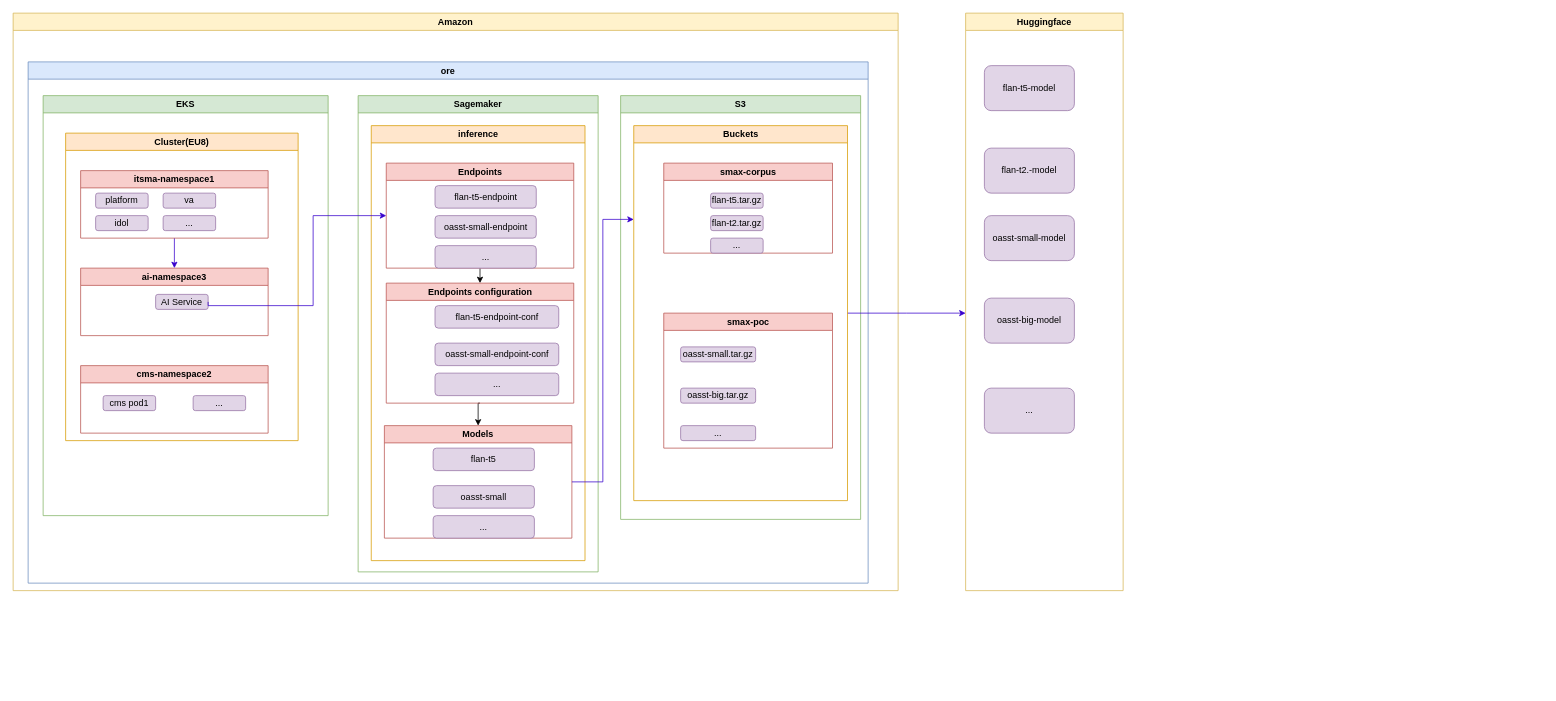
Earlier version of the draw.io diagram LLM/topology.drawio (Ice-YcY/Diagram). Source tidied: cells renumbered, new cells numbered last; positions are measured from the earlier drawing's top-left corner, leaving out a move shared by most shapes. Both pictures are drawn from the tidied source at 75%, with x=0, y=0 at pixel (13, 13).
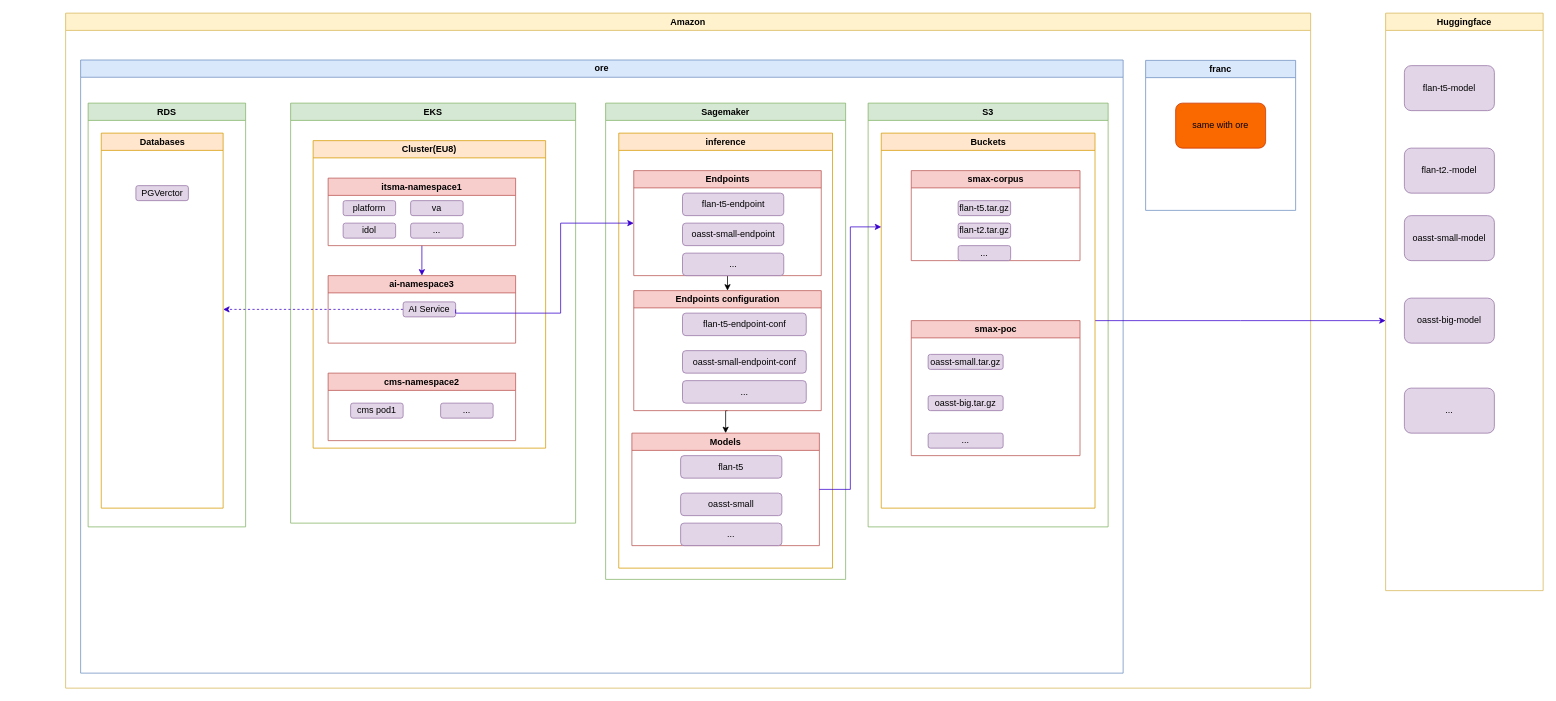
The same page after the edit.

The change refers to these unchanged cells:
```xml
<mxCell id="7" value="Endpoints" style="swimlane;whiteSpace=wrap;html=1;fillColor=#f8cecc;strokeColor=#b85450;" parent="5" vertex="1">
  <mxGeometry x="20" y="50" width="250" height="140" as="geometry" />
</mxCell>
<mxCell id="31" value="ai-namespace3" style="swimlane;whiteSpace=wrap;html=1;startSize=23;fillColor=#f8cecc;strokeColor=#b85450;" parent="21" vertex="1">
  <mxGeometry x="20" y="180" width="250" height="90" as="geometry" />
</mxCell>
<mxCell id="32" value="AI Service" style="rounded=1;whiteSpace=wrap;html=1;fillColor=#e1d5e7;strokeColor=#9673a6;" parent="31" vertex="1">
  <mxGeometry x="100" y="35" width="70" height="20" as="geometry" />
</mxCell>
<mxCell id="35" value="Buckets" style="swimlane;whiteSpace=wrap;html=1;startSize=23;fillColor=#ffe6cc;strokeColor=#d79b00;" parent="33" vertex="1">
  <mxGeometry x="17.5" y="40" width="285" height="500" as="geometry" />
</mxCell>
```

The edit, as a diff of the source:
```diff
@@
     <mxCell id="2" value="Amazon" style="swimlane;whiteSpace=wrap;html=1;fillColor=#fff2cc;strokeColor=#d6b656;" parent="1" vertex="1">
-      <mxGeometry width="1180" height="770" as="geometry" />
+      <mxGeometry x="70" width="1660" height="900" as="geometry" />
     </mxCell>
     <mxCell id="3" value="ore" style="swimlane;whiteSpace=wrap;html=1;fillColor=#dae8fc;strokeColor=#6c8ebf;" parent="2" vertex="1">
-      <mxGeometry x="20" y="65" width="1120" height="695" as="geometry" />
+      <mxGeometry x="20" y="62.5" width="1390" height="817.5" as="geometry" />
     </mxCell>
     <mxCell id="4" value="Sagemaker" style="swimlane;whiteSpace=wrap;html=1;fillColor=#d5e8d4;strokeColor=#82b366;" parent="3" vertex="1">
-      <mxGeometry x="440" y="45" width="320" height="635" as="geometry" />
+      <mxGeometry x="700" y="57.5" width="320" height="635" as="geometry" />
     </mxCell>
@@
     <mxCell id="20" value="EKS" style="swimlane;whiteSpace=wrap;html=1;fillColor=#d5e8d4;strokeColor=#82b366;" parent="3" vertex="1">
-      <mxGeometry x="20" y="45" width="380" height="560" as="geometry" />
+      <mxGeometry x="280" y="57.5" width="380" height="560" as="geometry" />
     </mxCell>
@@
+    <mxCell id="52" style="edgeStyle=orthogonalEdgeStyle;rounded=0;jettySize=auto;html=1;exitX=0;exitY=0.5;exitDx=0;exitDy=0;fillColor=#6a00ff;strokeColor=#3700CC;dashed=1;" parent="31" edge="1" source="32">
+      <mxGeometry relative="1" as="geometry">
+        <mxPoint x="-140" y="45" as="targetPoint" />
+      </mxGeometry>
+    </mxCell>
@@
     <mxCell id="33" value="S3" style="swimlane;whiteSpace=wrap;html=1;fillColor=#d5e8d4;strokeColor=#82b366;" parent="3" vertex="1">
-      <mxGeometry x="790" y="45" width="320" height="565" as="geometry" />
+      <mxGeometry x="1050" y="57.5" width="320" height="565" as="geometry" />
     </mxCell>
     <mxCell id="34" style="edgeStyle=orthogonalEdgeStyle;rounded=0;jettySize=auto;html=1;exitX=1;exitY=0.5;exitDx=0;exitDy=0;fillColor=#6a00ff;strokeColor=#3700CC;" parent="33" edge="1" source="35">
       <mxGeometry relative="1" as="geometry">
-        <mxPoint x="460" y="290" as="targetPoint" />
+        <mxPoint x="690" y="290" as="targetPoint" />
       </mxGeometry>
     </mxCell>
@@
     <mxCell id="44" style="edgeStyle=orthogonalEdgeStyle;rounded=0;jettySize=auto;html=1;exitX=1;exitY=0.5;exitDx=0;exitDy=0;entryX=0;entryY=0.5;entryDx=0;entryDy=0;fillColor=#6a00ff;strokeColor=#3700CC;" parent="3" edge="1" source="32" target="7">
       <mxGeometry relative="1" as="geometry">
         <Array as="points">
-          <mxPoint x="240" y="325" />
-          <mxPoint x="380" y="325" />
-          <mxPoint x="380" y="205" />
+          <mxPoint x="500" y="337.5" />
+          <mxPoint x="640" y="337.5" />
+          <mxPoint x="640" y="217.5" />
         </Array>
       </mxGeometry>
     </mxCell>
@@
+    <mxCell id="53" value="RDS" style="swimlane;whiteSpace=wrap;html=1;fillColor=#d5e8d4;strokeColor=#82b366;" parent="3" vertex="1">
+      <mxGeometry x="10" y="57.5" width="210" height="565" as="geometry" />
+    </mxCell>
+    <mxCell id="54" value="Databases" style="swimlane;whiteSpace=wrap;html=1;startSize=23;fillColor=#ffe6cc;strokeColor=#d79b00;" parent="53" vertex="1">
+      <mxGeometry x="17.5" y="40" width="162.5" height="500" as="geometry" />
+    </mxCell>
+    <mxCell id="55" value="PGVerctor" style="rounded=1;whiteSpace=wrap;html=1;fillColor=#e1d5e7;strokeColor=#9673a6;" parent="54" vertex="1">
+      <mxGeometry x="46.2" y="70" width="70" height="20" as="geometry" />
+    </mxCell>
+    <mxCell id="56" value="franc" style="swimlane;whiteSpace=wrap;html=1;fillColor=#dae8fc;strokeColor=#6c8ebf;" parent="2" vertex="1">
+      <mxGeometry x="1440" y="63" width="200" height="200" as="geometry" />
+    </mxCell>
+    <mxCell id="57" value="same with ore" style="rounded=1;whiteSpace=wrap;html=1;fillColor=#fa6800;fontColor=#000000;strokeColor=#C73500;" parent="56" vertex="1">
+      <mxGeometry x="40" y="57" width="120" height="60" as="geometry" />
+    </mxCell>
     <mxCell id="46" value="Huggingface" style="swimlane;whiteSpace=wrap;html=1;fillColor=#fff2cc;strokeColor=#d6b656;startSize=23;" parent="1" vertex="1">
-      <mxGeometry x="1270" width="210" height="770" as="geometry" />
+      <mxGeometry x="1830" width="210" height="770" as="geometry" />
     </mxCell>
```
